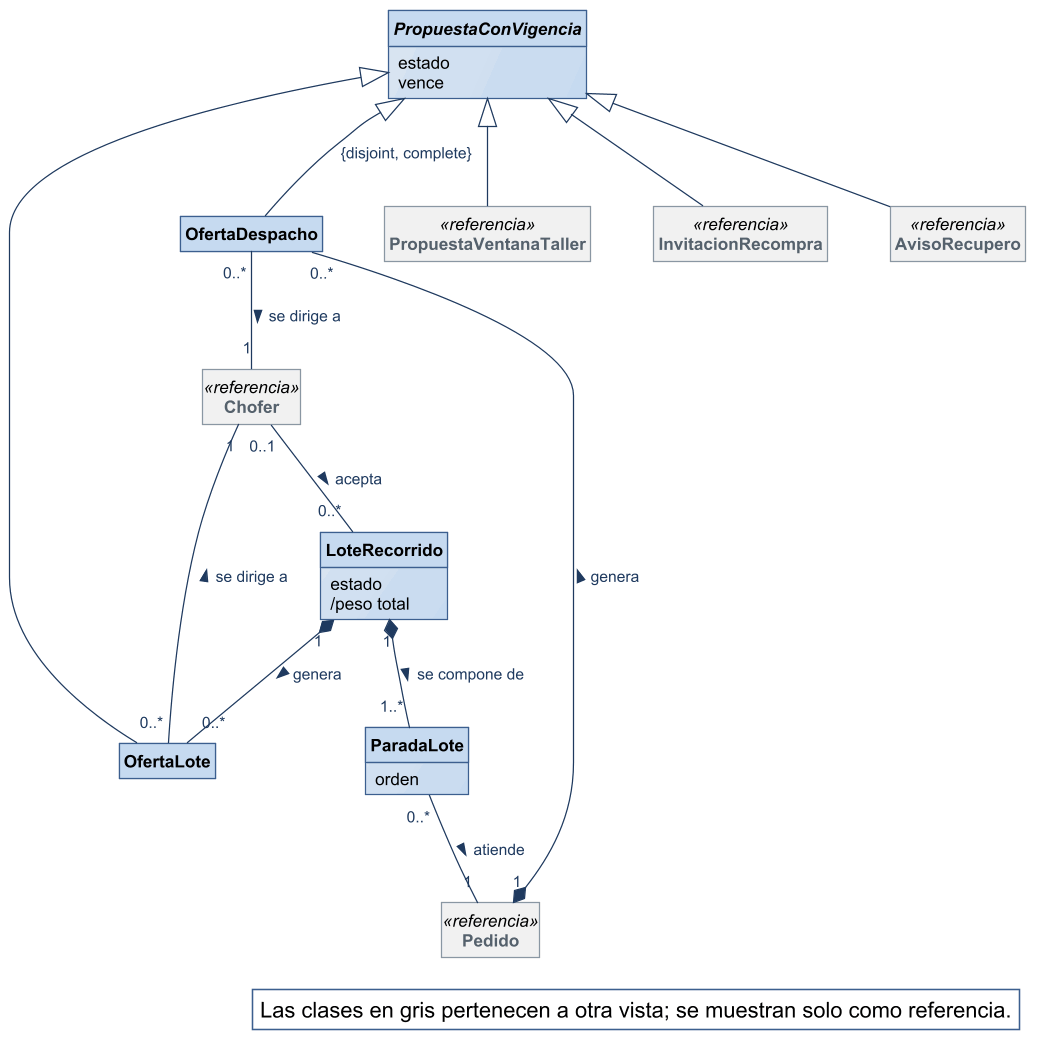
Nahuelito-Dev/splg-docs keeps this PlantUML diagram as diagramas/modelo-conceptual/MC_Despacho.png. Above is the earlier version.
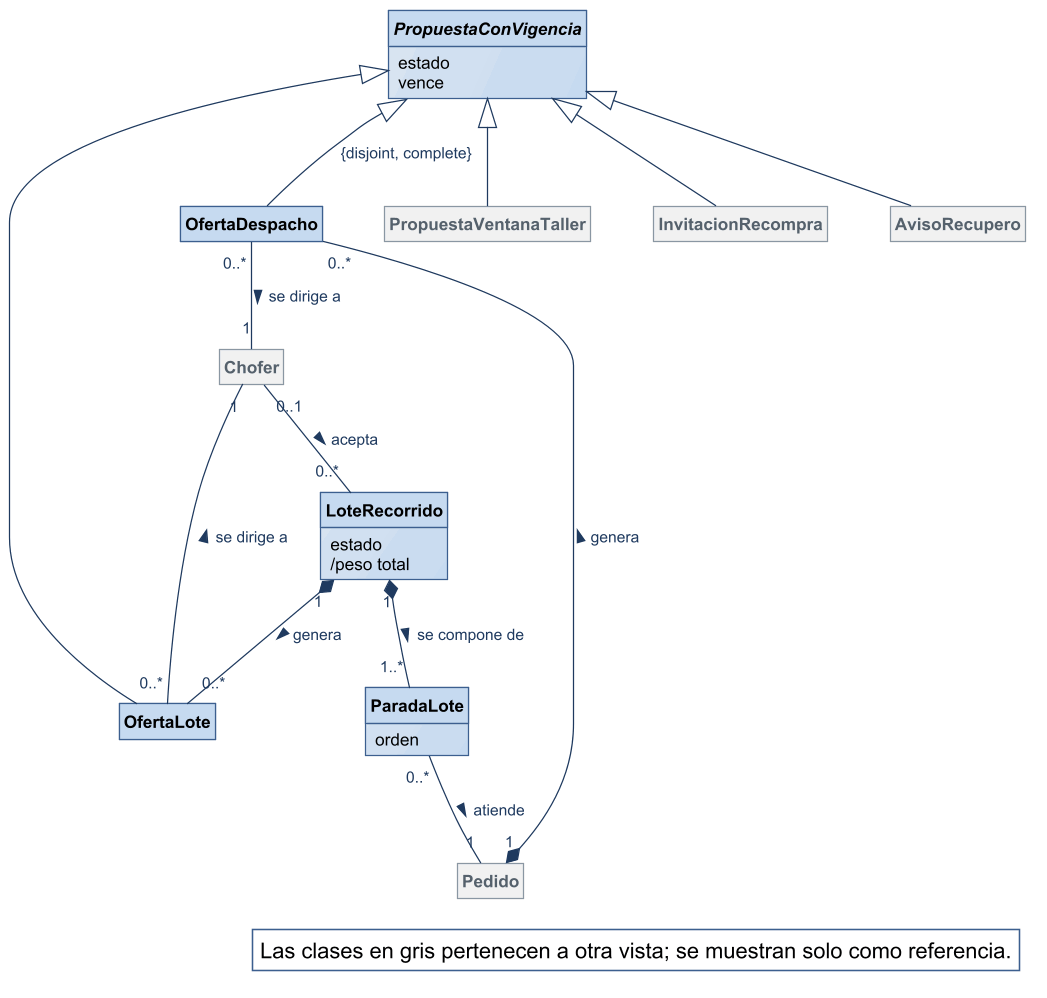
After the change.

What changed in the source:
```diff
@@ -2,11 +2,6 @@
 !include ../estilo-vp.iuml
 skinparam nodesep 40
 skinparam ranksep 55
-skinparam class<<referencia>> {
-  BackgroundColor #F1F1F1
-  BorderColor #8A97A3
-  FontColor #55616C
-}
 skinparam packageStyle rectangle
 hide circle
 hide methods
@@ -25,11 +20,11 @@
 class ParadaLote {
   orden
 }
-class PropuestaVentanaTaller <<referencia>>
-class InvitacionRecompra <<referencia>>
-class AvisoRecupero <<referencia>>
-class Pedido <<referencia>>
-class Chofer <<referencia>>
+class PropuestaVentanaTaller #F1F1F1;line:8A97A3;text:55616C
+class InvitacionRecompra #F1F1F1;line:8A97A3;text:55616C
+class AvisoRecupero #F1F1F1;line:8A97A3;text:55616C
+class Pedido #F1F1F1;line:8A97A3;text:55616C
+class Chofer #F1F1F1;line:8A97A3;text:55616C
 
 PropuestaConVigencia <|-- OfertaDespacho : {disjoint, complete}
 PropuestaConVigencia <|-- OfertaLote
```
